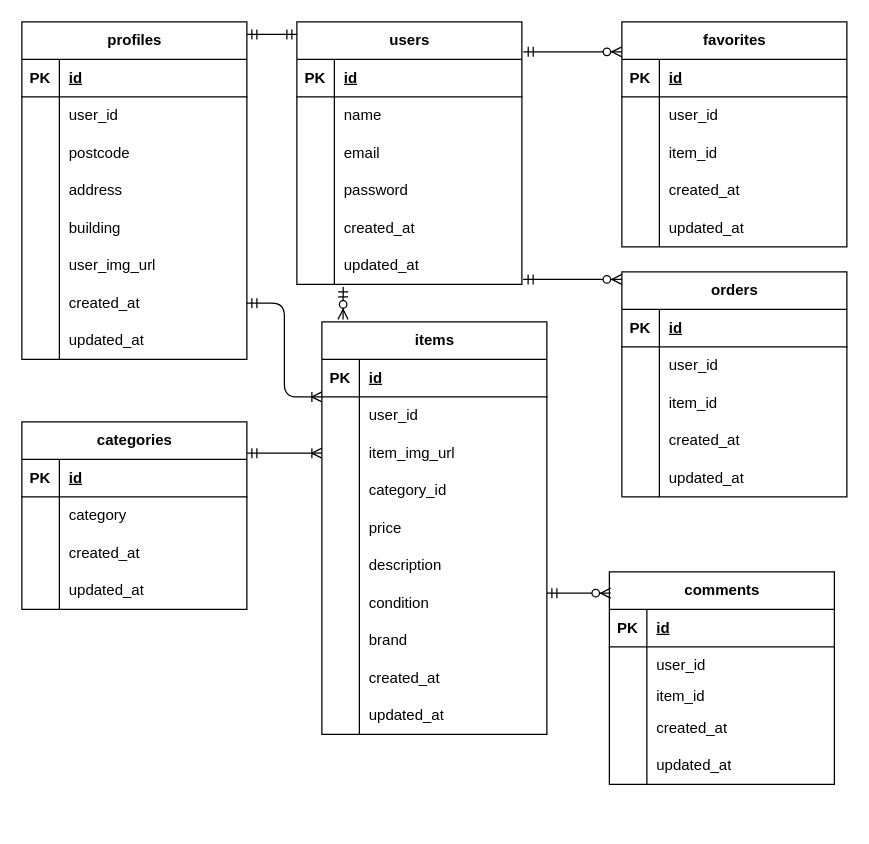
Above: test2.drawio in yu1021-soni/test2 (draw.io), before the change. Source tidied: cells renumbered, new cells numbered last; positions are measured from the earlier drawing's top-left corner, leaving out a move shared by most shapes. Both pictures are drawn from the tidied source at 125%, with x=0, y=0 at pixel (21, 21).
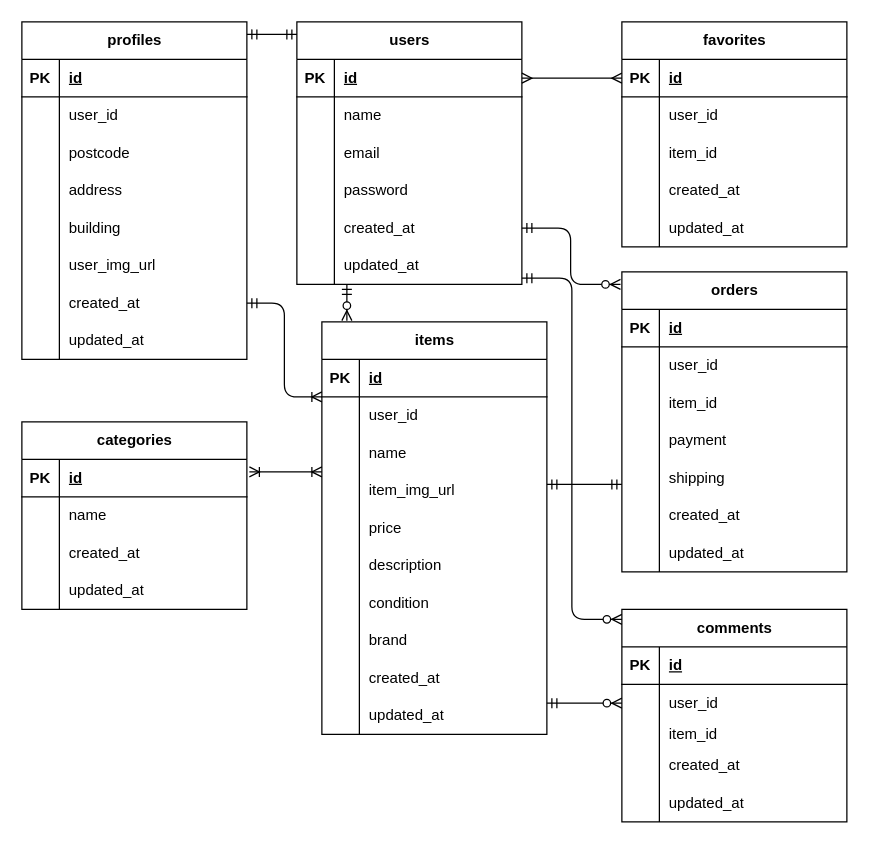
After the change.

The change refers to these unchanged cells:
```xml
<mxCell id="2" value="items" style="shape=table;startSize=30;childLayout=tableLayout;rowLines=0;fontStyle=1;align=center;html=1;" parent="1" vertex="1">
  <mxGeometry x="240" y="240" width="180" height="330" as="geometry" />
</mxCell>
<mxCell id="30" style="shape=tableRow;horizontal=0;startSize=0;swimlaneHead=0;swimlaneBody=0;fillColor=none;points=[[0,0.5],[1,0.5]];portConstraint=eastwest;top=0;left=0;right=0;bottom=0;" parent="2" vertex="1">
  <mxGeometry y="300" width="180" height="30" as="geometry" />
</mxCell>
<mxCell id="37" style="shape=tableRow;horizontal=0;startSize=0;swimlaneHead=0;swimlaneBody=0;fillColor=none;points=[[0,0.5],[1,0.5]];portConstraint=eastwest;top=0;left=0;right=0;bottom=0;" parent="33" vertex="1">
  <mxGeometry y="60" width="180" height="30" as="geometry" />
</mxCell>
<mxCell id="50" style="shape=tableRow;horizontal=0;startSize=0;swimlaneHead=0;swimlaneBody=0;fillColor=none;points=[[0,0.5],[1,0.5]];portConstraint=eastwest;top=0;left=0;right=0;bottom=1;" parent="49" vertex="1">
  <mxGeometry y="30" width="180" height="30" as="geometry" />
</mxCell>
<mxCell id="85" style="shape=tableRow;horizontal=0;startSize=0;swimlaneHead=0;swimlaneBody=0;fillColor=none;top=0;left=0;right=0;bottom=0;" parent="81" vertex="1">
  <mxGeometry y="60" width="180" height="30" as="geometry" />
</mxCell>
<mxCell id="94" value="users" style="shape=table;startSize=30;childLayout=tableLayout;rowLines=0;fontStyle=1;align=center;html=1;" parent="1" vertex="1">
  <mxGeometry x="220" width="180" height="210" as="geometry" />
</mxCell>
<mxCell id="95" style="shape=tableRow;horizontal=0;startSize=0;swimlaneHead=0;swimlaneBody=0;fillColor=none;points=[[0,0.5],[1,0.5]];portConstraint=eastwest;top=0;left=0;right=0;bottom=1;" parent="94" vertex="1">
  <mxGeometry y="30" width="180" height="30" as="geometry" />
</mxCell>
<mxCell id="110" style="shape=tableRow;horizontal=0;startSize=0;swimlaneHead=0;swimlaneBody=0;fillColor=none;points=[[0,0.5],[1,0.5]];portConstraint=eastwest;top=0;left=0;right=0;bottom=0;" parent="94" vertex="1">
  <mxGeometry y="180" width="180" height="30" as="geometry" />
</mxCell>
```

Change to the diagram source:
```diff
@@
+    <mxCell id="145" style="shape=tableRow;horizontal=0;startSize=0;swimlaneHead=0;swimlaneBody=0;fillColor=none;top=0;left=0;right=0;bottom=0;" parent="2" vertex="1">
+      <mxGeometry y="90" width="180" height="30" as="geometry" />
+    </mxCell>
+    <mxCell id="146" style="shape=partialRectangle;fillColor=none;top=0;left=0;bottom=0;right=0;overflow=hidden;whiteSpace=wrap;html=1;" parent="145" vertex="1">
+      <mxGeometry width="30" height="30" as="geometry" />
+    </mxCell>
+    <mxCell id="147" value="name" style="shape=partialRectangle;fillColor=none;top=0;left=0;bottom=0;right=0;align=left;spacingLeft=6;overflow=hidden;whiteSpace=wrap;html=1;" parent="145" vertex="1">
+      <mxGeometry x="30" width="150" height="30" as="geometry" />
+    </mxCell>
     <mxCell id="9" style="shape=tableRow;horizontal=0;startSize=0;swimlaneHead=0;swimlaneBody=0;fillColor=none;points=[[0,0.5],[1,0.5]];portConstraint=eastwest;top=0;left=0;right=0;bottom=0;" parent="2" vertex="1">
-      <mxGeometry y="90" width="180" height="30" as="geometry" />
+      <mxGeometry y="120" width="180" height="30" as="geometry" />
     </mxCell>
@@
-    <mxCell id="12" style="shape=tableRow;horizontal=0;startSize=0;swimlaneHead=0;swimlaneBody=0;fillColor=none;top=0;left=0;right=0;bottom=0;" parent="2" vertex="1">
-      <mxGeometry y="120" width="180" height="30" as="geometry" />
-    </mxCell>
-    <mxCell id="13" style="shape=partialRectangle;fillColor=none;top=0;left=0;bottom=0;right=0;overflow=hidden;whiteSpace=wrap;html=1;" parent="12" vertex="1">
-      <mxGeometry width="30" height="30" as="geometry" />
-    </mxCell>
-    <mxCell id="14" value="category_id" style="shape=partialRectangle;fillColor=none;top=0;left=0;bottom=0;right=0;align=left;spacingLeft=6;overflow=hidden;whiteSpace=wrap;html=1;" parent="12" vertex="1">
-      <mxGeometry x="30" width="150" height="30" as="geometry" />
-    </mxCell>
@@
     <mxCell id="33" value="comments" style="shape=table;startSize=30;childLayout=tableLayout;rowLines=0;fontStyle=1;align=center;html=1;" parent="1" vertex="1">
-      <mxGeometry x="470" y="440" width="180" height="170" as="geometry" />
+      <mxGeometry x="480" y="470" width="180" height="170" as="geometry" />
     </mxCell>
@@
     <mxCell id="65" value="orders" style="shape=table;startSize=30;childLayout=tableLayout;rowLines=0;fontStyle=1;align=center;html=1;" parent="1" vertex="1">
-      <mxGeometry x="480" y="200" width="180" height="180" as="geometry" />
+      <mxGeometry x="480" y="200" width="180" height="240" as="geometry" />
     </mxCell>
@@
+    <mxCell id="12" style="shape=tableRow;horizontal=0;startSize=0;swimlaneHead=0;swimlaneBody=0;fillColor=none;top=0;left=0;right=0;bottom=0;" parent="65" vertex="1">
+      <mxGeometry y="120" width="180" height="30" as="geometry" />
+    </mxCell>
+    <mxCell id="148" style="shape=partialRectangle;fillColor=none;top=0;left=0;bottom=0;right=0;overflow=hidden;whiteSpace=wrap;html=1;" parent="12" vertex="1">
+      <mxGeometry width="30" height="30" as="geometry" />
+    </mxCell>
+    <mxCell id="149" value="payment" style="shape=partialRectangle;fillColor=none;top=0;left=0;bottom=0;right=0;align=left;spacingLeft=6;overflow=hidden;whiteSpace=wrap;html=1;" parent="12" vertex="1">
+      <mxGeometry x="30" width="150" height="30" as="geometry" />
+    </mxCell>
+    <mxCell id="150" style="shape=tableRow;horizontal=0;startSize=0;swimlaneHead=0;swimlaneBody=0;fillColor=none;top=0;left=0;right=0;bottom=0;" parent="65" vertex="1">
+      <mxGeometry y="150" width="180" height="30" as="geometry" />
+    </mxCell>
+    <mxCell id="151" style="shape=partialRectangle;fillColor=none;top=0;left=0;bottom=0;right=0;overflow=hidden;whiteSpace=wrap;html=1;" parent="150" vertex="1">
+      <mxGeometry width="30" height="30" as="geometry" />
+    </mxCell>
+    <mxCell id="152" value="shipping" style="shape=partialRectangle;fillColor=none;top=0;left=0;bottom=0;right=0;align=left;spacingLeft=6;overflow=hidden;whiteSpace=wrap;html=1;" parent="150" vertex="1">
+      <mxGeometry x="30" width="150" height="30" as="geometry" />
+    </mxCell>
     <mxCell id="75" style="shape=tableRow;horizontal=0;startSize=0;swimlaneHead=0;swimlaneBody=0;fillColor=none;top=0;left=0;right=0;bottom=0;" parent="65" vertex="1">
-      <mxGeometry y="120" width="180" height="30" as="geometry" />
+      <mxGeometry y="180" width="180" height="30" as="geometry" />
     </mxCell>
@@
     <mxCell id="78" style="shape=tableRow;horizontal=0;startSize=0;swimlaneHead=0;swimlaneBody=0;fillColor=none;top=0;left=0;right=0;bottom=0;" parent="65" vertex="1">
-      <mxGeometry y="150" width="180" height="30" as="geometry" />
+      <mxGeometry y="210" width="180" height="30" as="geometry" />
     </mxCell>
@@
-    <mxCell id="87" value="category" style="shape=partialRectangle;fillColor=none;top=0;left=0;bottom=0;right=0;align=left;spacingLeft=6;overflow=hidden;whiteSpace=wrap;html=1;" parent="85" vertex="1">
+    <mxCell id="87" value="name" style="shape=partialRectangle;fillColor=none;top=0;left=0;bottom=0;right=0;align=left;spacingLeft=6;overflow=hidden;whiteSpace=wrap;html=1;" parent="85" vertex="1">
       <mxGeometry x="30" width="150" height="30" as="geometry" />
     </mxCell>
@@
-    <mxCell id="139" style="fontSize=12;html=1;endArrow=ERzeroToMany;startArrow=ERmandOne;entryX=0.094;entryY=-0.006;entryDx=0;entryDy=0;entryPerimeter=0;exitX=0.206;exitY=1.067;exitDx=0;exitDy=0;exitPerimeter=0;" parent="1" edge="1" source="110" target="2">
-      <mxGeometry relative="1" as="geometry" />
+    <mxCell id="139" style="fontSize=12;html=1;endArrow=ERzeroToMany;startArrow=ERmandOne;" parent="1" edge="1">
+      <mxGeometry relative="1" as="geometry">
+        <mxPoint x="260" y="210" as="sourcePoint" />
+        <mxPoint x="260" y="239" as="targetPoint" />
+      </mxGeometry>
     </mxCell>
@@
-    <mxCell id="141" style="fontSize=12;html=1;endArrow=ERoneToMany;startArrow=ERmandOne;entryX=0;entryY=0.5;entryDx=0;entryDy=0;" parent="1" edge="1" target="9">
-      <mxGeometry relative="1" as="geometry">
-        <mxPoint x="180" y="345" as="sourcePoint" />
-      </mxGeometry>
-    </mxCell>
-    <mxCell id="142" style="fontSize=12;html=1;endArrow=ERzeroToMany;startArrow=ERmandOne;exitX=1.006;exitY=0.114;exitDx=0;exitDy=0;exitPerimeter=0;" parent="1" edge="1" source="94">
-      <mxGeometry relative="1" as="geometry">
-        <mxPoint x="480" y="24" as="targetPoint" />
-      </mxGeometry>
-    </mxCell>
-    <mxCell id="143" style="fontSize=12;html=1;endArrow=ERzeroToMany;startArrow=ERmandOne;" parent="1" edge="1">
-      <mxGeometry relative="1" as="geometry">
-        <mxPoint x="401" y="206" as="sourcePoint" />
-        <mxPoint x="480" y="206" as="targetPoint" />
-      </mxGeometry>
-    </mxCell>
-    <mxCell id="144" style="fontSize=12;html=1;endArrow=ERzeroToMany;startArrow=ERmandOne;entryX=0.006;entryY=0.1;entryDx=0;entryDy=0;entryPerimeter=0;" parent="1" edge="1" target="33">
+    <mxCell id="144" style="edgeStyle=elbowEdgeStyle;fontSize=12;html=1;endArrow=ERzeroToMany;startArrow=ERmandOne;exitX=1;exitY=0.5;exitDx=0;exitDy=0;entryX=0;entryY=0.047;entryDx=0;entryDy=0;entryPerimeter=0;" parent="1" edge="1" target="33">
       <mxGeometry relative="1" as="geometry">
-        <mxPoint x="420" y="457" as="sourcePoint" />
+        <mxPoint x="400" y="205" as="sourcePoint" />
       </mxGeometry>
     </mxCell>
+    <mxCell id="153" style="edgeStyle=elbowEdgeStyle;fontSize=12;html=1;endArrow=ERzeroToMany;startArrow=ERmandOne;exitX=1;exitY=0.5;exitDx=0;exitDy=0;entryX=-0.006;entryY=0.056;entryDx=0;entryDy=0;entryPerimeter=0;" parent="1" edge="1">
+      <mxGeometry relative="1" as="geometry">
+        <mxPoint x="400" y="164.9" as="sourcePoint" />
+        <mxPoint x="478.9" y="210" as="targetPoint" />
+      </mxGeometry>
+    </mxCell>
+    <mxCell id="154" style="fontSize=12;html=1;endArrow=ERzeroToMany;startArrow=ERmandOne;entryX=0;entryY=0.5;entryDx=0;entryDy=0;exitX=1;exitY=0.167;exitDx=0;exitDy=0;exitPerimeter=0;" parent="1" edge="1" source="30" target="37">
+      <mxGeometry relative="1" as="geometry" />
+    </mxCell>
+    <mxCell id="155" style="fontSize=12;html=1;endArrow=ERmandOne;startArrow=ERmandOne;entryX=-0.011;entryY=0;entryDx=0;entryDy=0;entryPerimeter=0;" parent="1" edge="1">
+      <mxGeometry relative="1" as="geometry">
+        <mxPoint x="420" y="370" as="sourcePoint" />
+        <mxPoint x="480" y="370" as="targetPoint" />
+      </mxGeometry>
+    </mxCell>
+    <mxCell id="156" style="fontSize=12;html=1;endArrow=ERmany;startArrow=ERmany;entryX=0;entryY=0.5;entryDx=0;entryDy=0;exitX=1;exitY=0.5;exitDx=0;exitDy=0;" parent="1" edge="1" source="95" target="50">
+      <mxGeometry relative="1" as="geometry" />
+    </mxCell>
+    <mxCell id="157" style="fontSize=12;html=1;endArrow=ERoneToMany;startArrow=ERoneToMany;" parent="1" edge="1">
+      <mxGeometry relative="1" as="geometry">
+        <mxPoint x="182" y="360" as="sourcePoint" />
+        <mxPoint x="240" y="360" as="targetPoint" />
+      </mxGeometry>
+    </mxCell>
```
